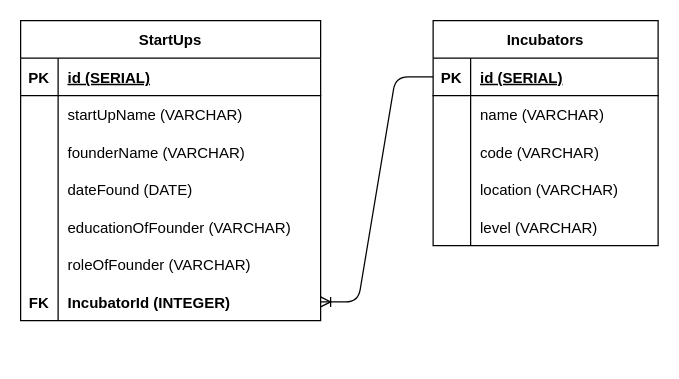
Earlier version of the draw.io diagram schema.drawio (dekalouis/Incubator). Source tidied: cells renumbered, new cells numbered last; positions are measured from the earlier drawing's top-left corner, leaving out a move shared by most shapes. Both pictures are drawn from the tidied source at 125%, with x=0, y=0 at pixel (20, 20).
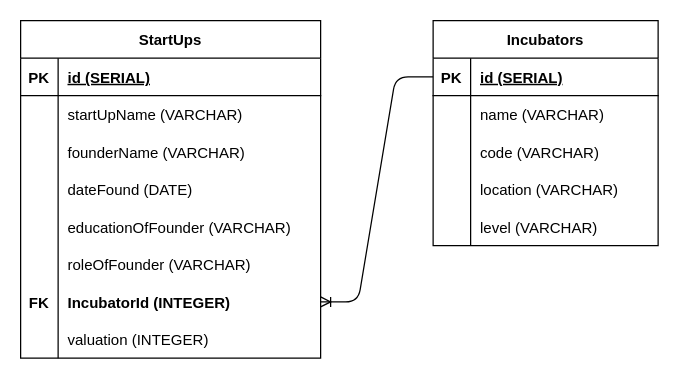
After the change.

Change to the diagram source:
```diff
@@
     <mxCell id="2" value="StartUps" style="shape=table;startSize=30;childLayout=tableLayout;rowLines=0;fontStyle=1;align=center;" parent="1" vertex="1">
-      <mxGeometry width="240" height="240" as="geometry" />
+      <mxGeometry width="240" height="270" as="geometry" />
     </mxCell>
@@
+    <mxCell id="41" style="shape=tableRow;horizontal=0;startSize=0;swimlaneHead=0;swimlaneBody=0;fillColor=none;top=0;left=0;right=0;bottom=0;" parent="2" vertex="1">
+      <mxGeometry y="240" width="240" height="30" as="geometry" />
+    </mxCell>
+    <mxCell id="42" style="shape=partialRectangle;fillColor=none;top=0;left=0;bottom=0;right=0;overflow=hidden;fontStyle=1;" parent="41" vertex="1">
+      <mxGeometry width="30" height="30" as="geometry" />
+    </mxCell>
+    <mxCell id="43" value="valuation (INTEGER)" style="shape=partialRectangle;fillColor=none;top=0;left=0;bottom=0;right=0;align=left;spacingLeft=6;overflow=hidden;fontStyle=0;" parent="41" vertex="1">
+      <mxGeometry x="30" width="210" height="30" as="geometry" />
+    </mxCell>
```
